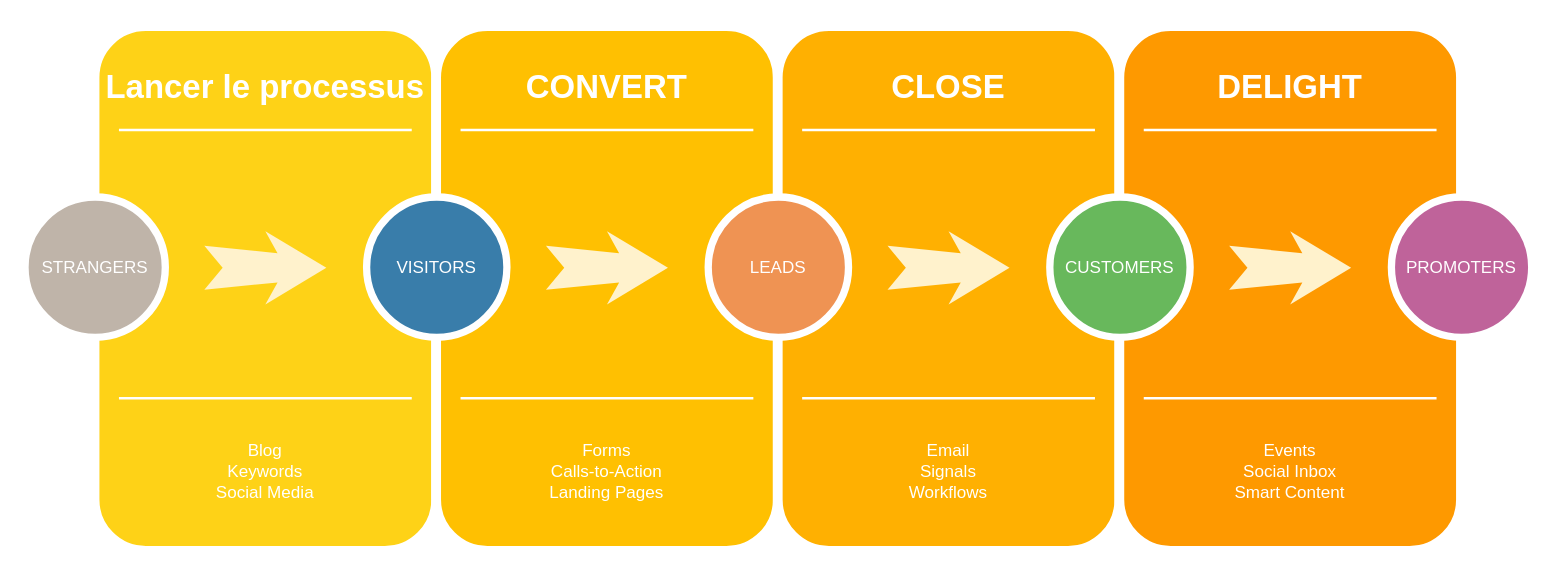
The draw.io diagram Draw.io/Untitled Diagram.drawio in jaziriferes1/Diagrams, before the edit. Source tidied: cells renumbered, new cells numbered last; positions are measured from the earlier drawing's top-left corner, leaving out a move shared by most shapes. Both pictures are drawn from the tidied source at 122%, with x=0, y=0 at pixel (24, 26).
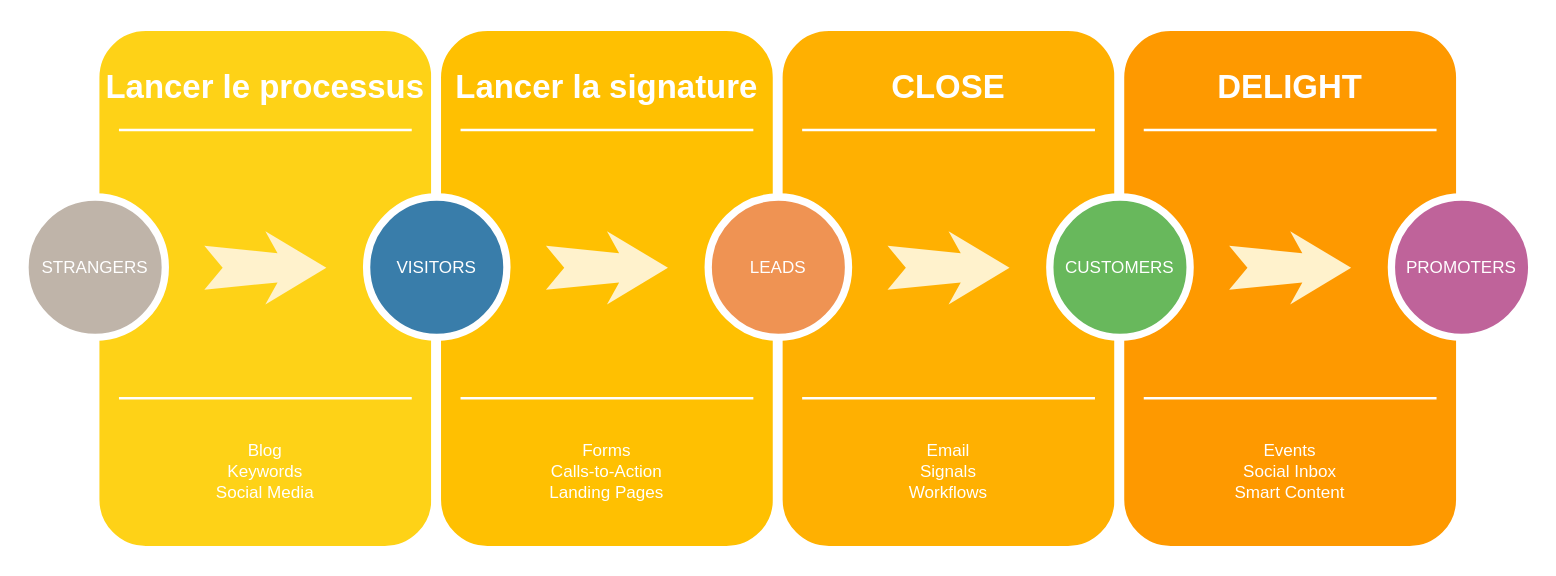
The same diagram, later.

The edit, as a diff of the source:
```diff
@@
-    <mxCell id="10" value="CONVERT" style="text;html=1;strokeColor=none;fillColor=none;align=center;verticalAlign=middle;whiteSpace=wrap;rounded=0;shadow=0;fontSize=27;fontColor=#FFFFFF;fontStyle=1;" parent="1" vertex="1">
+    <mxCell id="10" value="Lancer la signature" style="text;html=1;strokeColor=none;fillColor=none;align=center;verticalAlign=middle;whiteSpace=wrap;rounded=0;shadow=0;fontSize=27;fontColor=#FFFFFF;fontStyle=1;" parent="1" vertex="1">
       <mxGeometry x="337" y="20" width="280" height="60" as="geometry" />
     </mxCell>
```
